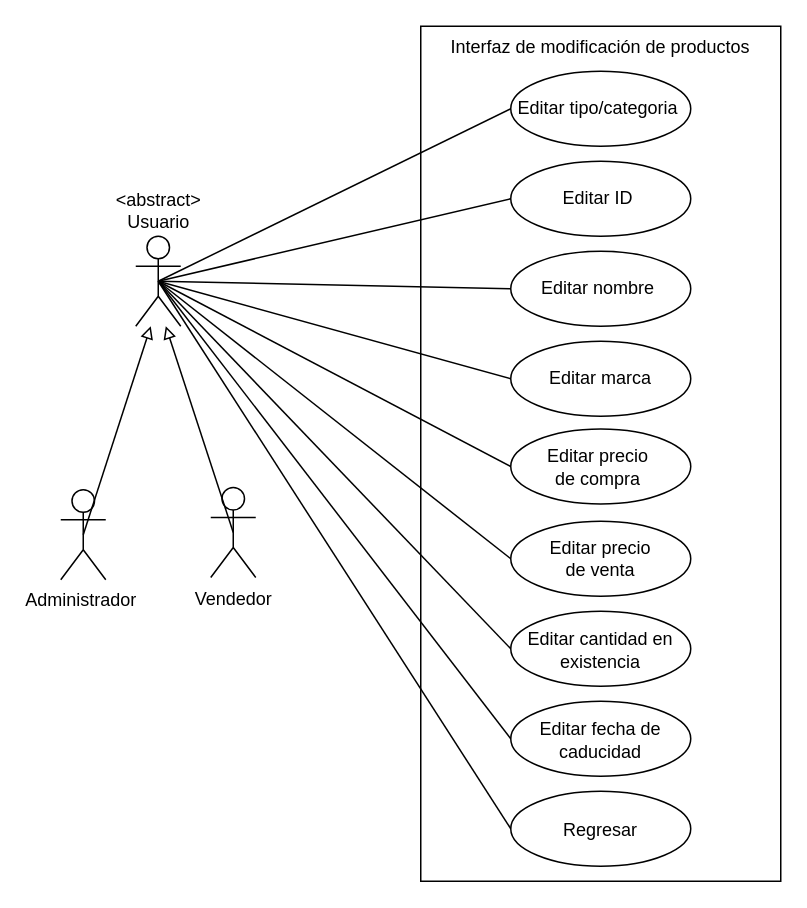
Before: modificar producto.drawio in Ovills/analisis, a draw.io diagram. Source tidied: cells renumbered, new cells numbered last; positions are measured from the earlier drawing's top-left corner, leaving out a move shared by most shapes. Both pictures are drawn from the tidied source at 150%, with x=0, y=0 at pixel (60, 26).
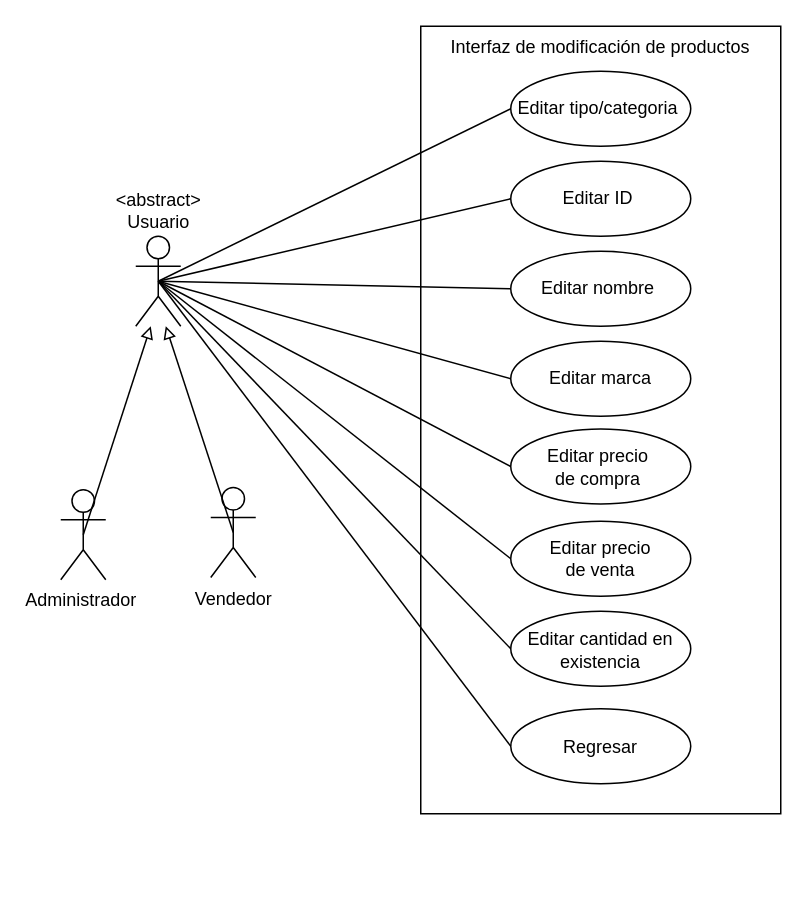
The same page after the edit.

Unchanged cells that the change refers to:
```xml
<mxCell id="2" value="&amp;lt;abstract&amp;gt;&lt;br&gt;Usuario" style="shape=umlActor;verticalLabelPosition=top;verticalAlign=bottom;html=1;outlineConnect=0;fillColor=none;labelPosition=center;align=center;" parent="1" vertex="1">
  <mxGeometry x="50" y="140" width="30" height="60" as="geometry" />
</mxCell>
```

Diff of the diagram source:
```diff
@@
     <mxCell id="3" value="Interfaz de modificación de productos" style="rounded=0;whiteSpace=wrap;html=1;fillColor=none;verticalAlign=top;" parent="1" vertex="1">
-      <mxGeometry x="240" width="240" height="570" as="geometry" />
+      <mxGeometry x="240" width="240" height="525" as="geometry" />
     </mxCell>
@@
-    <mxCell id="11" value="Editar fecha de caducidad" style="ellipse;whiteSpace=wrap;html=1;fillColor=none;spacingTop=2;" parent="1" vertex="1">
-      <mxGeometry x="300" y="450" width="120" height="50" as="geometry" />
-    </mxCell>
     <mxCell id="12" value="Regresar" style="ellipse;whiteSpace=wrap;html=1;fillColor=none;spacingTop=2;" parent="1" vertex="1">
-      <mxGeometry x="300" y="510" width="120" height="50" as="geometry" />
+      <mxGeometry x="300" y="455" width="120" height="50" as="geometry" />
     </mxCell>
@@
-    <mxCell id="20" style="endArrow=none;html=1;rounded=0;exitX=0.5;exitY=0.5;exitDx=0;exitDy=0;exitPerimeter=0;entryX=0;entryY=0.5;entryDx=0;entryDy=0;" parent="1" edge="1" source="2" target="11">
+    <mxCell id="20" style="endArrow=none;html=1;rounded=0;exitX=0.5;exitY=0.5;exitDx=0;exitDy=0;exitPerimeter=0;entryX=0;entryY=0.5;entryDx=0;entryDy=0;" parent="1" edge="1" source="2" target="12">
       <mxGeometry relative="1" as="geometry" />
     </mxCell>
-    <mxCell id="21" style="endArrow=none;html=1;rounded=0;exitX=0.5;exitY=0.5;exitDx=0;exitDy=0;exitPerimeter=0;entryX=0;entryY=0.5;entryDx=0;entryDy=0;" parent="1" edge="1" source="2" target="12">
-      <mxGeometry relative="1" as="geometry" />
-    </mxCell>
```
